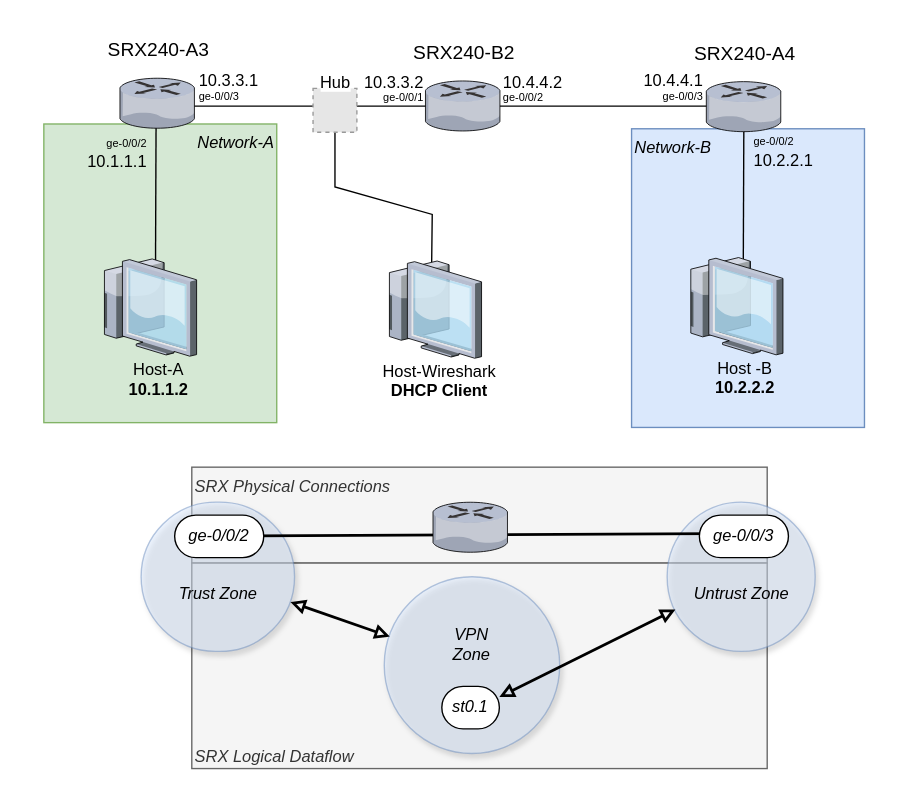
Above: ITT2/ass16VirtualPrivateNetwork/Diagrams/VPN_Topology.drawio in Sebski123/Network (draw.io), before the change. Source tidied: cells renumbered, new cells numbered last; positions are measured from the earlier drawing's top-left corner, leaving out a move shared by most shapes. Both pictures are drawn from the tidied source at 137%, with x=0, y=0 at pixel (23, 23). Pictures stored in the file or linked from it are replaced by grey dashed boxes.
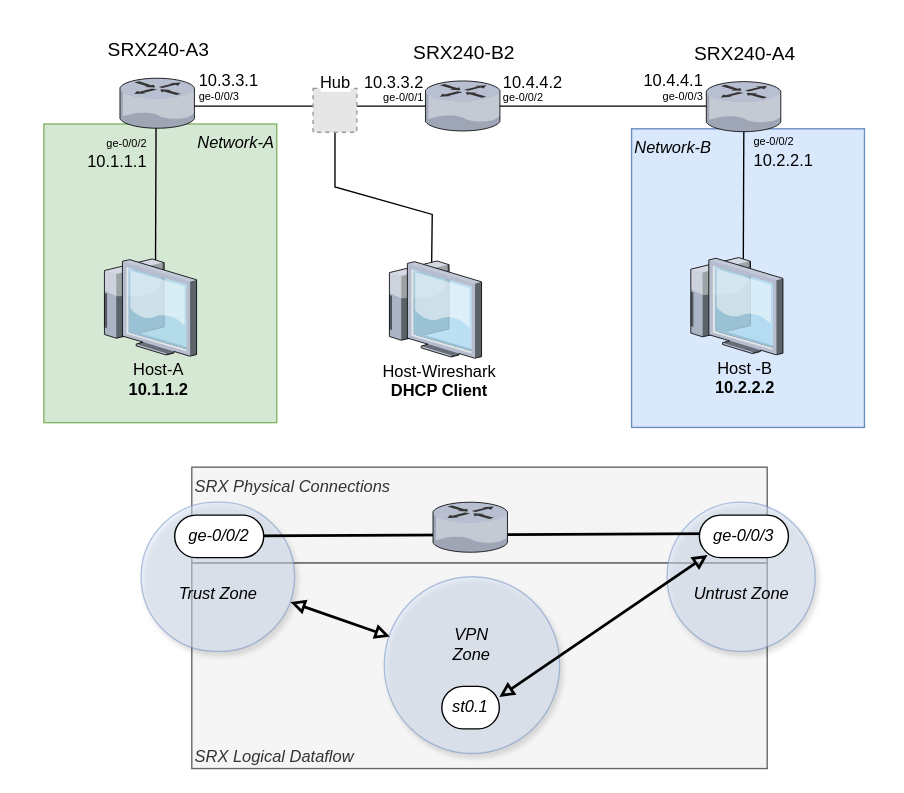
The same diagram, later.

The change refers to these unchanged cells:
```xml
<mxCell id="33" value="Untrust Zone" style="rounded=1;whiteSpace=wrap;html=1;align=center;fillColor=#dae8fc;verticalAlign=middle;strokeColor=#6c8ebf;fontStyle=2;comic=0;glass=0;shadow=1;arcSize=50;opacity=50;spacingTop=25;" parent="1" vertex="1">
  <mxGeometry x="469.5" y="349" width="108" height="109" as="geometry" />
</mxCell>
<mxCell id="37" value="st0.1" style="rounded=1;whiteSpace=wrap;html=1;align=center;verticalAlign=middle;fontStyle=2;comic=0;glass=0;shadow=0;arcSize=50;" parent="1" vertex="1">
  <mxGeometry x="305" y="483.5" width="42" height="31" as="geometry" />
</mxCell>
<mxCell id="38" value="&lt;div align=&quot;right&quot;&gt;ge-0/0/3&lt;/div&gt;" style="rounded=1;whiteSpace=wrap;html=1;align=center;verticalAlign=middle;fontStyle=2;comic=0;glass=0;shadow=0;arcSize=50;" parent="1" vertex="1">
  <mxGeometry x="493" y="358.5" width="65" height="31" as="geometry" />
</mxCell>
```

The edit, as a diff of the source:
```diff
@@
-    <mxCell id="34" style="edgeStyle=none;rounded=0;html=1;jettySize=auto;endArrow=block;endFill=0;exitX=1;exitY=0.25;exitDx=0;exitDy=0;strokeWidth=2;startArrow=block;startFill=0;sourcePerimeterSpacing=-4;targetPerimeterSpacing=-6;" parent="1" edge="1" source="37" target="33">
+    <mxCell id="34" style="edgeStyle=none;rounded=0;html=1;jettySize=auto;endArrow=block;endFill=0;exitX=1;exitY=0.25;exitDx=0;exitDy=0;strokeWidth=2;startArrow=block;startFill=0;sourcePerimeterSpacing=-4;targetPerimeterSpacing=-6;entryX=0.091;entryY=0.94;entryDx=0;entryDy=0;entryPerimeter=0;" parent="1" edge="1" source="37" target="38">
       <mxGeometry relative="1" as="geometry" />
     </mxCell>
```
